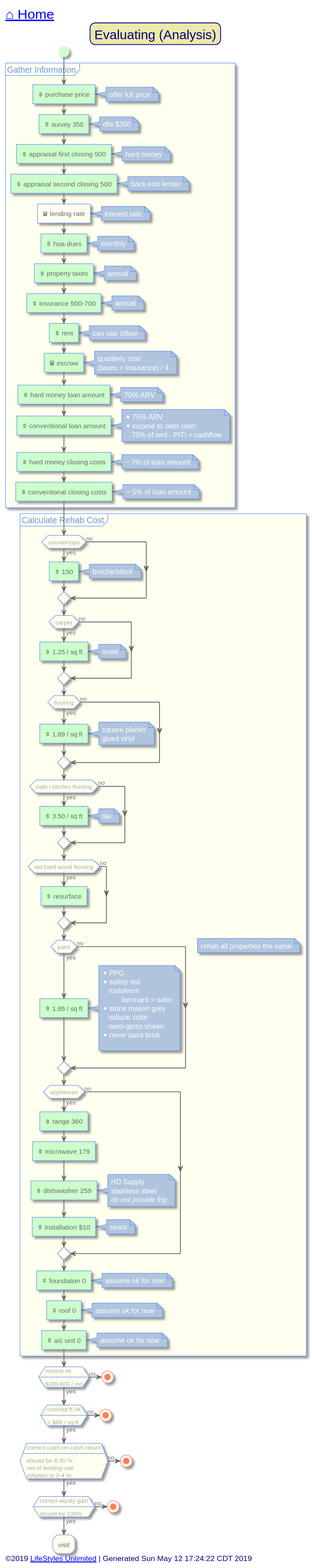
Earlier version of the PlantUML export out/src/single-family/evaluating.svg (toddmo/lifestylesunlimited).
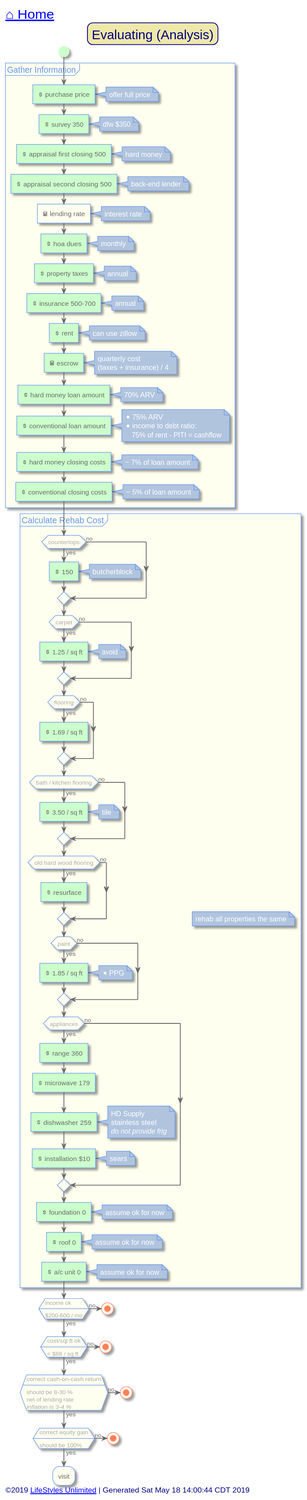
Later version of the same file.

The edit, as a diff of the source:
```diff
@@ -143,10 +143,6 @@
 
 		if(flooring) then (yes)
 			#PHYSICAL:<&dollar> 1.69 / sq ft]
-			note right
-				square planks
-				glued vinyl
-			end note
 		else (no)
 		endif
 
@@ -165,14 +161,6 @@
 			#PHYSICAL:<&dollar> 1.85 / sq ft]
 			note right
 				* PPG
-				* safety red
-				   rustoleum
-					 laminant = satin
-				* stone mason grey
-				   valspar color
-				   semi-gloss sheen
-				* never paint brick
-
 			end note
 		else (no)
 		endif
@@ -232,7 +220,7 @@
 
 
 left footer
-	<font size=14>©2019 [[http://www.lifestylesunlimited.com LifeStyles Unlimited]] | Generated Sun May 12 17:24:22 CDT 2019</font>
+	<font size=14>©2019 [[http://www.lifestylesunlimited.com LifeStyles Unlimited]] | Generated Sat May 18 14:00:44 CDT 2019</font>
 endfooter
 
 
```
